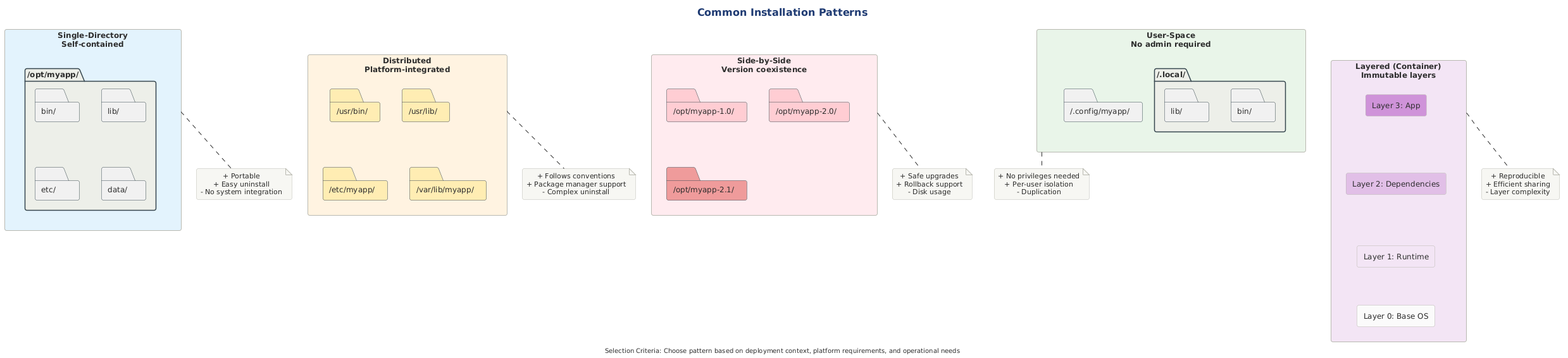
Notoriousjayy/latex-docs keeps this PlantUML diagram as src/architecture/views-and-beyond/style-catalogs/allocation/install-style/png/common-installation-patterns.png. Above is the earlier version. Its diagram source:
```plantuml
@startuml

!include ../../../../../../tooling/styles/plantuml/structural/deployment-diagram-style.iuml

skinparam folder {
    BorderColor #37474F
}

title Common Installation Patterns

rectangle "Single-Directory\nSelf-contained" as single #E3F2FD {
    folder "/opt/myapp/" as s1 {
        folder "bin/" as s1bin
        folder "lib/" as s1lib
        folder "etc/" as s1etc
        folder "data/" as s1data
    }
}
note bottom of single
  + Portable
  + Easy uninstall
  - No system integration
end note

rectangle "Distributed\nPlatform-integrated" as dist #FFF3E0 {
    folder "/usr/bin/" as d1 #FFECB3
    folder "/usr/lib/" as d2 #FFECB3
    folder "/etc/myapp/" as d3 #FFECB3
    folder "/var/lib/myapp/" as d4 #FFECB3
}
note bottom of dist
  + Follows conventions
  + Package manager support
  - Complex uninstall
end note

rectangle "User-Space\nNo admin required" as user #E8F5E9 {
    folder "~/.local/" as u1 {
        folder "bin/" as u1bin
        folder "lib/" as u1lib
    }
    folder "~/.config/myapp/" as u2
}
note bottom of user
  + No privileges needed
  + Per-user isolation
  - Duplication
end note

rectangle "Layered (Container)\nImmutable layers" as layer #F3E5F5 {
    rectangle "Layer 3: App" as l3 #CE93D8
    rectangle "Layer 2: Dependencies" as l2 #E1BEE7
    rectangle "Layer 1: Runtime" as l1 #F3E5F5
    rectangle "Layer 0: Base OS" as l0 #FAFAFA

    l3 -[hidden]down- l2
    l2 -[hidden]down- l1
    l1 -[hidden]down- l0
}
note bottom of layer
  + Reproducible
  + Efficient sharing
  - Layer complexity
end note

rectangle "Side-by-Side\nVersion coexistence" as sxs #FFEBEE {
    folder "/opt/myapp-1.0/" as v1 #FFCDD2
    folder "/opt/myapp-2.0/" as v2 #FFCDD2
    folder "/opt/myapp-2.1/" as v3 #EF9A9A
}
note bottom of sxs
  + Safe upgrades
  + Rollback support
  - Disk usage
end note

center footer Selection Criteria: Choose pattern based on deployment context, platform requirements, and operational needs
@enduml
```
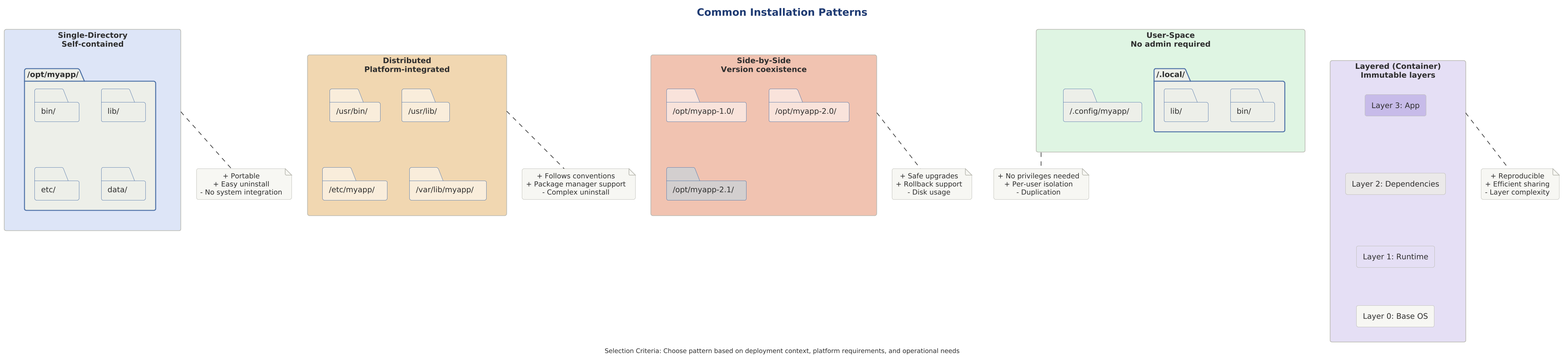
The same diagram one commit later.

What changed in the source:
```diff
@@ -1,14 +1,15 @@
 @startuml
+
+skinparam dpi 150
+
+
+
 
 !include ../../../../../../tooling/styles/plantuml/structural/deployment-diagram-style.iuml
 
-skinparam folder {
-    BorderColor #37474F
-}
-
 title Common Installation Patterns
 
-rectangle "Single-Directory\nSelf-contained" as single #E3F2FD {
+rectangle "Single-Directory\nSelf-contained" as single $fill_primary {
     folder "/opt/myapp/" as s1 {
         folder "bin/" as s1bin
         folder "lib/" as s1lib
@@ -22,11 +23,11 @@
   - No system integration
 end note
 
-rectangle "Distributed\nPlatform-integrated" as dist #FFF3E0 {
-    folder "/usr/bin/" as d1 #FFECB3
-    folder "/usr/lib/" as d2 #FFECB3
-    folder "/etc/myapp/" as d3 #FFECB3
-    folder "/var/lib/myapp/" as d4 #FFECB3
+rectangle "Distributed\nPlatform-integrated" as dist $deep_caution {
+    folder "/usr/bin/" as d1 $fill_caution
+    folder "/usr/lib/" as d2 $fill_caution
+    folder "/etc/myapp/" as d3 $fill_caution
+    folder "/var/lib/myapp/" as d4 $fill_caution
 }
 note bottom of dist
   + Follows conventions
@@ -34,7 +35,7 @@
   - Complex uninstall
 end note
 
-rectangle "User-Space\nNo admin required" as user #E8F5E9 {
+rectangle "User-Space\nNo admin required" as user $fill_ok {
     folder "~/.local/" as u1 {
         folder "bin/" as u1bin
         folder "lib/" as u1lib
@@ -47,11 +48,11 @@
   - Duplication
 end note
 
-rectangle "Layered (Container)\nImmutable layers" as layer #F3E5F5 {
-    rectangle "Layer 3: App" as l3 #CE93D8
-    rectangle "Layer 2: Dependencies" as l2 #E1BEE7
-    rectangle "Layer 1: Runtime" as l1 #F3E5F5
-    rectangle "Layer 0: Base OS" as l0 #FAFAFA
+rectangle "Layered (Container)\nImmutable layers" as layer $fill_alt {
+    rectangle "Layer 3: App" as l3 $deep_alt
+    rectangle "Layer 2: Dependencies" as l2 $fill_neutral
+    rectangle "Layer 1: Runtime" as l1 $fill_alt
+    rectangle "Layer 0: Base OS" as l0 $theme_surface
 
     l3 -[hidden]down- l2
     l2 -[hidden]down- l1
@@ -63,10 +64,10 @@
   - Layer complexity
 end note
 
-rectangle "Side-by-Side\nVersion coexistence" as sxs #FFEBEE {
-    folder "/opt/myapp-1.0/" as v1 #FFCDD2
-    folder "/opt/myapp-2.0/" as v2 #FFCDD2
-    folder "/opt/myapp-2.1/" as v3 #EF9A9A
+rectangle "Side-by-Side\nVersion coexistence" as sxs $deep_invalid {
+    folder "/opt/myapp-1.0/" as v1 $fill_invalid
+    folder "/opt/myapp-2.0/" as v2 $fill_invalid
+    folder "/opt/myapp-2.1/" as v3 $deep_neutral
 }
 note bottom of sxs
   + Safe upgrades
```
